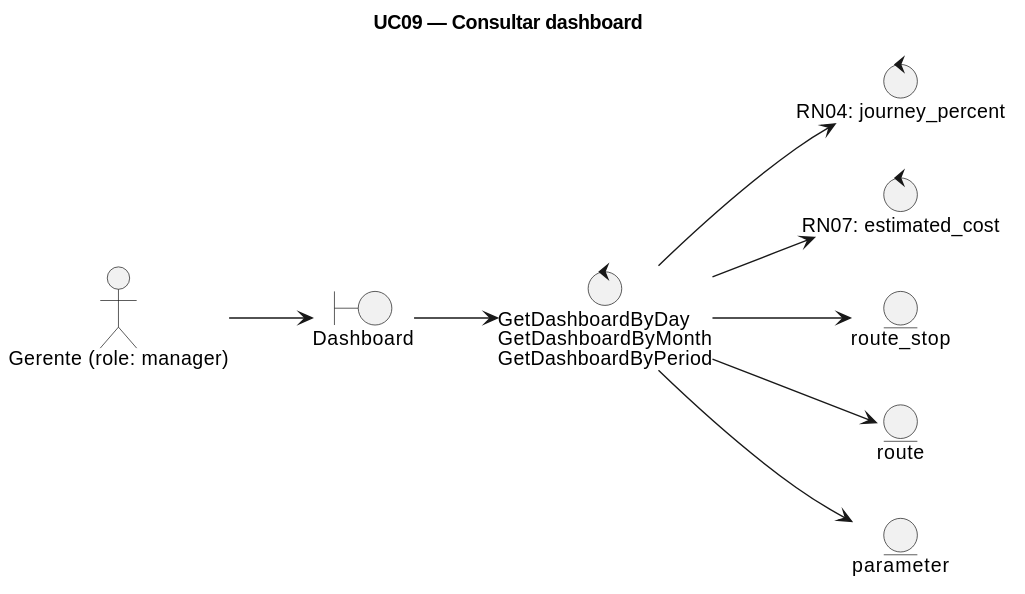
Earlier version of the PlantUML export docs/especificacao/diagrams/robustez-uc09-dashboard.svg (xendak/terminus).
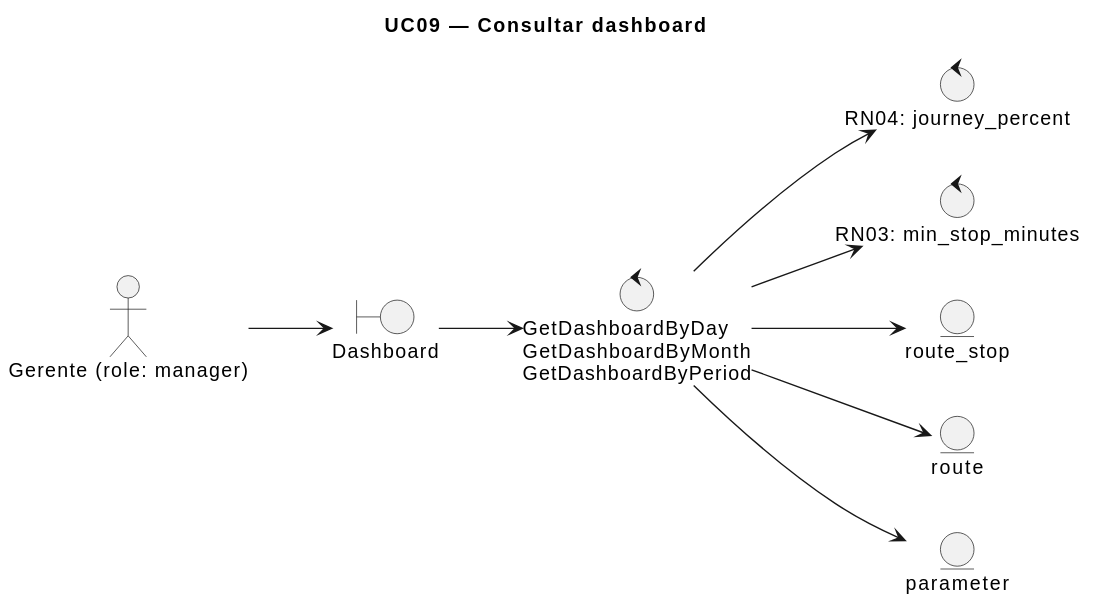
Above is the later version.

What changed in the source:
```diff
@@ -7,7 +7,7 @@
 boundary "Dashboard" as B1
 control "GetDashboardByDay\nGetDashboardByMonth\nGetDashboardByPeriod" as C1
 control "RN04: journey_percent" as C2
-control "RN07: estimated_cost" as C3
+control "RN03: min_stop_minutes" as C3
 entity "route_stop" as E1
 entity "route" as E2
 entity "parameter" as E3
```
